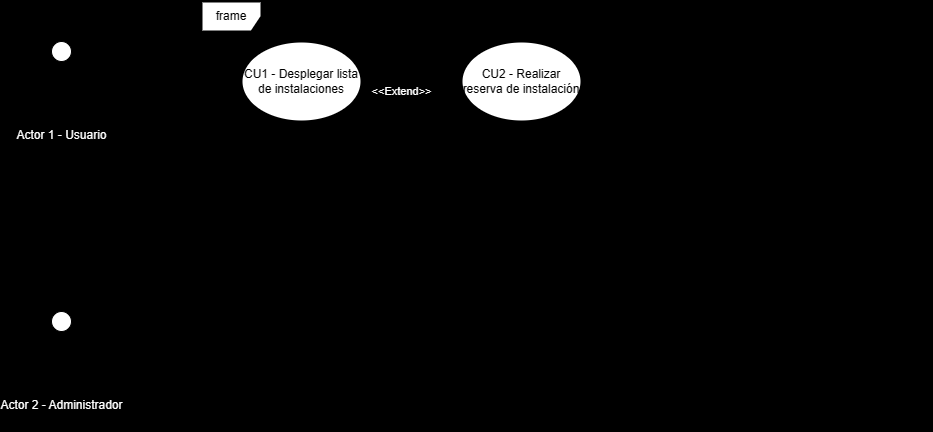
This is doc/UseCase.png from 333-333-333/public-static-void-main-string-args, a draw.io export, as it was before one commit. Source tidied: cells renumbered, new cells last; positions are measured from the earlier drawing's top-left corner, leaving out a move shared by most shapes.
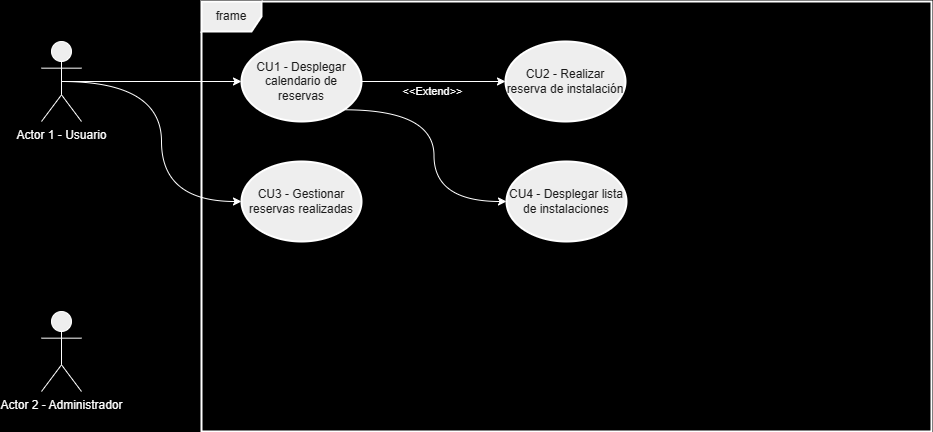
After the commit.

Diff of the diagram source:
```diff
@@ -2,34 +2,48 @@
   <root>
     <mxCell id="0" />
     <mxCell id="1" parent="0" />
-    <mxCell id="2" style="edgeStyle=orthogonalEdgeStyle;rounded=0;jettySize=auto;html=1;exitX=0.5;exitY=0.5;exitDx=0;exitDy=0;exitPerimeter=0;labelBackgroundColor=none;fontColor=default;" parent="1" edge="1" source="3" target="9">
+    <mxCell id="2" style="edgeStyle=orthogonalEdgeStyle;rounded=0;jettySize=auto;html=1;exitX=0.5;exitY=0.5;exitDx=0;exitDy=0;exitPerimeter=0;labelBackgroundColor=none;fontColor=default;strokeColor=#FFFFFF;" parent="1" edge="1" source="3" target="9">
       <mxGeometry relative="1" as="geometry" />
     </mxCell>
+    <mxCell id="11" style="edgeStyle=orthogonalEdgeStyle;jettySize=auto;html=1;exitX=0.5;exitY=0.5;exitDx=0;exitDy=0;exitPerimeter=0;entryX=0;entryY=0.5;entryDx=0;entryDy=0;strokeColor=#FFFFFF;fontColor=#FFFFFF;curved=1;" parent="1" edge="1" source="3" target="13">
+      <mxGeometry relative="1" as="geometry">
+        <Array as="points">
+          <mxPoint x="120" y="80" />
+          <mxPoint x="120" y="200" />
+        </Array>
+      </mxGeometry>
+    </mxCell>
-    <mxCell id="3" value="&lt;font color=&quot;#ffffff&quot;&gt;Actor 1 - Usuario&lt;/font&gt;" style="shape=umlActor;verticalLabelPosition=bottom;verticalAlign=top;html=1;outlineConnect=0;labelBackgroundColor=none;rounded=0;" parent="1" vertex="1">
+    <mxCell id="3" value="&lt;font color=&quot;#ffffff&quot;&gt;Actor 1 - Usuario&lt;/font&gt;" style="shape=umlActor;verticalLabelPosition=bottom;verticalAlign=top;html=1;outlineConnect=0;labelBackgroundColor=none;rounded=0;fillColor=#EEEEEE;strokeColor=#FFFFFF;fontColor=#1A1A1A;" parent="1" vertex="1">
       <mxGeometry y="40" width="40" height="80" as="geometry" />
     </mxCell>
-    <mxCell id="4" style="edgeStyle=orthogonalEdgeStyle;rounded=0;jettySize=auto;html=1;exitX=0.5;exitY=0.5;exitDx=0;exitDy=0;exitPerimeter=0;labelBackgroundColor=none;fontColor=default;" parent="1" edge="1" source="5" target="9">
-      <mxGeometry relative="1" as="geometry" />
-    </mxCell>
-    <mxCell id="5" value="&lt;font color=&quot;#ffffff&quot;&gt;Actor 2 - Administrador&lt;/font&gt;" style="shape=umlActor;verticalLabelPosition=bottom;verticalAlign=top;html=1;outlineConnect=0;labelBackgroundColor=none;rounded=0;" parent="1" vertex="1">
+    <mxCell id="5" value="&lt;font color=&quot;#ffffff&quot;&gt;Actor 2 - Administrador&lt;/font&gt;" style="shape=umlActor;verticalLabelPosition=bottom;verticalAlign=top;html=1;outlineConnect=0;labelBackgroundColor=none;rounded=0;fillColor=#EEEEEE;strokeColor=#FFFFFF;fontColor=#1A1A1A;" parent="1" vertex="1">
       <mxGeometry y="310" width="40" height="80" as="geometry" />
     </mxCell>
-    <mxCell id="6" value="frame" style="shape=umlFrame;whiteSpace=wrap;html=1;strokeWidth=2;labelBackgroundColor=none;rounded=0;" parent="1" vertex="1">
+    <mxCell id="6" value="frame" style="shape=umlFrame;whiteSpace=wrap;html=1;strokeWidth=2;labelBackgroundColor=none;rounded=0;fillColor=#EEEEEE;strokeColor=#FFFFFF;fontColor=#1A1A1A;" parent="1" vertex="1">
       <mxGeometry x="160" width="730" height="430" as="geometry" />
     </mxCell>
-    <mxCell id="7" style="edgeStyle=orthogonalEdgeStyle;rounded=0;jettySize=auto;html=1;exitX=1;exitY=0.5;exitDx=0;exitDy=0;entryX=0;entryY=0.5;entryDx=0;entryDy=0;labelBackgroundColor=none;fontColor=default;" parent="1" edge="1" source="9" target="10">
+    <mxCell id="7" style="edgeStyle=orthogonalEdgeStyle;rounded=0;jettySize=auto;html=1;exitX=1;exitY=0.5;exitDx=0;exitDy=0;entryX=0;entryY=0.5;entryDx=0;entryDy=0;labelBackgroundColor=none;fontColor=default;strokeColor=#FFFFFF;" parent="1" edge="1" source="9" target="10">
       <mxGeometry relative="1" as="geometry" />
     </mxCell>
-    <mxCell id="8" value="&lt;font color=&quot;#ffffff&quot;&gt;&amp;lt;&amp;lt;Extend&amp;gt;&amp;gt;&lt;/font&gt;" style="edgeLabel;html=1;align=center;verticalAlign=middle;labelBackgroundColor=none;" parent="7" vertex="1">
+    <mxCell id="8" value="&lt;font color=&quot;#ffffff&quot;&gt;&amp;lt;&amp;lt;Extend&amp;gt;&amp;gt;&lt;/font&gt;" style="edgeLabel;html=1;align=center;verticalAlign=middle;labelBackgroundColor=none;fontColor=#1A1A1A;" parent="7" vertex="1">
       <mxGeometry x="-0.25" y="-2" relative="1" as="geometry">
-        <mxPoint x="2" y="8" as="offset" />
+        <mxPoint x="16" y="8" as="offset" />
       </mxGeometry>
     </mxCell>
+    <mxCell id="12" style="edgeStyle=orthogonalEdgeStyle;jettySize=auto;html=1;exitX=1;exitY=1;exitDx=0;exitDy=0;entryX=0;entryY=0.5;entryDx=0;entryDy=0;strokeColor=#FFFFFF;fontColor=#FFFFFF;curved=1;" parent="1" edge="1" source="9" target="14">
+      <mxGeometry relative="1" as="geometry" />
+    </mxCell>
-    <mxCell id="9" value="CU1 - Desplegar lista de instalaciones" style="ellipse;whiteSpace=wrap;html=1;labelBackgroundColor=none;strokeWidth=2;" parent="1" vertex="1">
+    <mxCell id="9" value="CU1 - Desplegar calendario de reservas" style="ellipse;whiteSpace=wrap;html=1;labelBackgroundColor=none;strokeWidth=2;fillColor=#EEEEEE;strokeColor=#FFFFFF;fontColor=#1A1A1A;" parent="1" vertex="1">
       <mxGeometry x="200" y="40" width="120" height="80" as="geometry" />
     </mxCell>
-    <mxCell id="10" value="CU2 - Realizar reserva de instalación" style="ellipse;whiteSpace=wrap;html=1;labelBackgroundColor=none;strokeWidth=2;" parent="1" vertex="1">
-      <mxGeometry x="420" y="40" width="120" height="80" as="geometry" />
+    <mxCell id="10" value="CU2 - Realizar reserva de instalación" style="ellipse;whiteSpace=wrap;html=1;labelBackgroundColor=none;strokeWidth=2;fillColor=#EEEEEE;strokeColor=#FFFFFF;fontColor=#1A1A1A;" parent="1" vertex="1">
+      <mxGeometry x="464" y="40" width="120" height="80" as="geometry" />
     </mxCell>
+    <mxCell id="13" value="CU3&amp;nbsp;- Gestionar reservas realizadas" style="ellipse;whiteSpace=wrap;html=1;labelBackgroundColor=none;strokeWidth=2;fillColor=#EEEEEE;strokeColor=#FFFFFF;fontColor=#1A1A1A;" parent="1" vertex="1">
+      <mxGeometry x="200" y="160" width="120" height="80" as="geometry" />
+    </mxCell>
+    <mxCell id="14" value="CU4 - Desplegar lista de instalaciones" style="ellipse;whiteSpace=wrap;html=1;labelBackgroundColor=none;strokeWidth=2;fillColor=#EEEEEE;strokeColor=#FFFFFF;fontColor=#1A1A1A;" parent="1" vertex="1">
+      <mxGeometry x="465" y="160" width="120" height="80" as="geometry" />
+    </mxCell>
   </root>
 </mxGraphModel>
```
